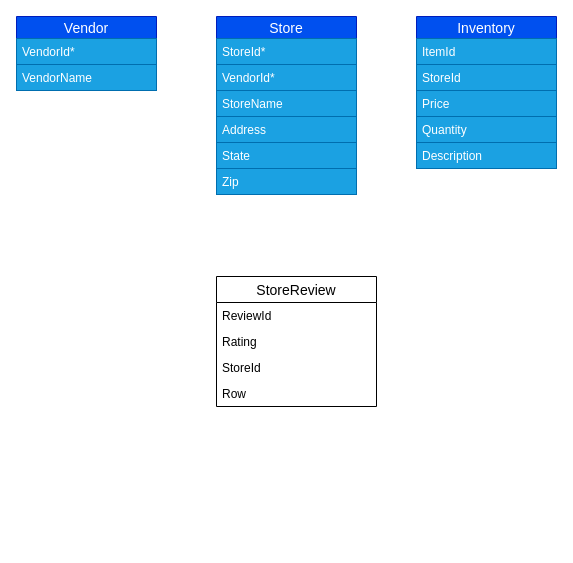
The draw.io diagram DrivrER.drawio in jcorm714/Naybrr, before the edit. Source tidied: cells renumbered, new cells numbered last; positions are measured from the earlier drawing's top-left corner, leaving out a move shared by most shapes. Both pictures are drawn from the tidied source at 100%, with x=0, y=0 at pixel (16, 16).
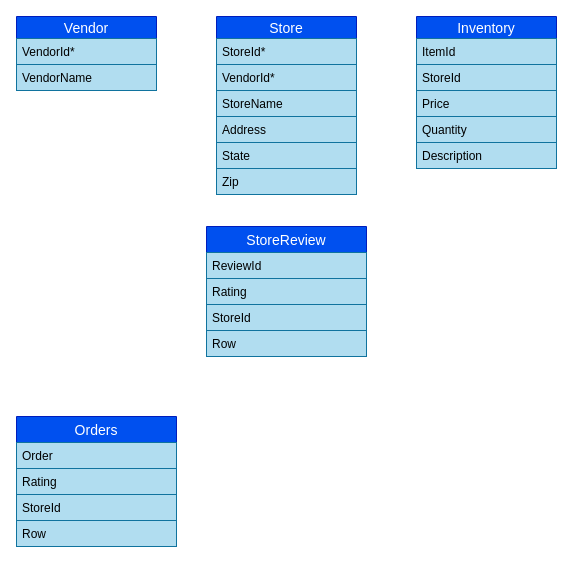
The same diagram, later.

Unchanged cells that the change refers to:
```xml
<mxCell id="2" value="Vendor" style="swimlane;fontStyle=0;horizontal=1;startSize=22;align=center;fontSize=14;fillColor=#0050ef;strokeColor=#001DBC;fontColor=#ffffff;" parent="1" vertex="1">
  <mxGeometry width="140" height="74" as="geometry" />
</mxCell>
<mxCell id="5" value="Store" style="swimlane;fontStyle=0;horizontal=1;startSize=22;align=center;fontSize=14;fillColor=#0050ef;strokeColor=#001DBC;fontColor=#ffffff;" parent="1" vertex="1">
  <mxGeometry x="200" width="140" height="178" as="geometry" />
</mxCell>
<mxCell id="12" value="Inventory" style="swimlane;fontStyle=0;horizontal=1;startSize=22;align=center;fontSize=14;fillColor=#0050ef;strokeColor=#001DBC;fontColor=#ffffff;" parent="1" vertex="1">
  <mxGeometry x="400" width="140" height="152" as="geometry" />
</mxCell>
```

What changed in the source:
```diff
@@
-    <mxCell id="3" value="VendorId*" style="text;strokeColor=#006EAF;fillColor=#1ba1e2;spacingLeft=4;spacingRight=4;overflow=hidden;fontSize=12;fontColor=#ffffff;" parent="2" vertex="1">
+    <mxCell id="3" value="VendorId*" style="text;strokeColor=#10739e;fillColor=#b1ddf0;spacingLeft=4;spacingRight=4;overflow=hidden;fontSize=12;" parent="2" vertex="1">
       <mxGeometry y="22" width="140" height="26" as="geometry" />
     </mxCell>
-    <mxCell id="4" value="VendorName" style="text;strokeColor=#006EAF;fillColor=#1ba1e2;spacingLeft=4;spacingRight=4;overflow=hidden;fontSize=12;fontColor=#ffffff;" parent="2" vertex="1">
+    <mxCell id="4" value="VendorName" style="text;strokeColor=#10739e;fillColor=#b1ddf0;spacingLeft=4;spacingRight=4;overflow=hidden;fontSize=12;" parent="2" vertex="1">
       <mxGeometry y="48" width="140" height="26" as="geometry" />
     </mxCell>
@@
-    <mxCell id="6" value="StoreId*" style="text;strokeColor=#006EAF;fillColor=#1ba1e2;spacingLeft=4;spacingRight=4;overflow=hidden;fontSize=12;fontColor=#ffffff;" parent="5" vertex="1">
+    <mxCell id="6" value="StoreId*" style="text;strokeColor=#10739e;fillColor=#b1ddf0;spacingLeft=4;spacingRight=4;overflow=hidden;fontSize=12;" parent="5" vertex="1">
       <mxGeometry y="22" width="140" height="26" as="geometry" />
     </mxCell>
-    <mxCell id="7" value="VendorId*" style="text;strokeColor=#006EAF;fillColor=#1ba1e2;spacingLeft=4;spacingRight=4;overflow=hidden;fontSize=12;fontColor=#ffffff;" parent="5" vertex="1">
+    <mxCell id="7" value="VendorId*" style="text;strokeColor=#10739e;fillColor=#b1ddf0;spacingLeft=4;spacingRight=4;overflow=hidden;fontSize=12;" parent="5" vertex="1">
       <mxGeometry y="48" width="140" height="26" as="geometry" />
     </mxCell>
-    <mxCell id="8" value="StoreName" style="text;strokeColor=#006EAF;fillColor=#1ba1e2;spacingLeft=4;spacingRight=4;overflow=hidden;fontSize=12;fontColor=#ffffff;" parent="5" vertex="1">
+    <mxCell id="8" value="StoreName" style="text;strokeColor=#10739e;fillColor=#b1ddf0;spacingLeft=4;spacingRight=4;overflow=hidden;fontSize=12;" parent="5" vertex="1">
       <mxGeometry y="74" width="140" height="26" as="geometry" />
     </mxCell>
-    <mxCell id="9" value="Address" style="text;strokeColor=#006EAF;fillColor=#1ba1e2;spacingLeft=4;spacingRight=4;overflow=hidden;fontSize=12;fontColor=#ffffff;" parent="5" vertex="1">
+    <mxCell id="9" value="Address" style="text;strokeColor=#10739e;fillColor=#b1ddf0;spacingLeft=4;spacingRight=4;overflow=hidden;fontSize=12;" parent="5" vertex="1">
       <mxGeometry y="100" width="140" height="26" as="geometry" />
     </mxCell>
-    <mxCell id="10" value="State" style="text;strokeColor=#006EAF;fillColor=#1ba1e2;spacingLeft=4;spacingRight=4;overflow=hidden;fontSize=12;fontColor=#ffffff;" parent="5" vertex="1">
+    <mxCell id="10" value="State" style="text;strokeColor=#10739e;fillColor=#b1ddf0;spacingLeft=4;spacingRight=4;overflow=hidden;fontSize=12;" parent="5" vertex="1">
       <mxGeometry y="126" width="140" height="26" as="geometry" />
     </mxCell>
-    <mxCell id="11" value="Zip" style="text;strokeColor=#006EAF;fillColor=#1ba1e2;spacingLeft=4;spacingRight=4;overflow=hidden;fontSize=12;fontColor=#ffffff;" parent="5" vertex="1">
+    <mxCell id="11" value="Zip" style="text;strokeColor=#10739e;fillColor=#b1ddf0;spacingLeft=4;spacingRight=4;overflow=hidden;fontSize=12;" parent="5" vertex="1">
       <mxGeometry y="152" width="140" height="26" as="geometry" />
     </mxCell>
@@
-    <mxCell id="13" value="ItemId" style="text;strokeColor=#006EAF;fillColor=#1ba1e2;spacingLeft=4;spacingRight=4;overflow=hidden;fontSize=12;fontColor=#ffffff;" parent="12" vertex="1">
+    <mxCell id="13" value="ItemId" style="text;strokeColor=#10739e;fillColor=#b1ddf0;spacingLeft=4;spacingRight=4;overflow=hidden;fontSize=12;" parent="12" vertex="1">
       <mxGeometry y="22" width="140" height="26" as="geometry" />
     </mxCell>
-    <mxCell id="14" value="StoreId" style="text;strokeColor=#006EAF;fillColor=#1ba1e2;spacingLeft=4;spacingRight=4;overflow=hidden;fontSize=12;fontColor=#ffffff;" parent="12" vertex="1">
+    <mxCell id="14" value="StoreId" style="text;strokeColor=#10739e;fillColor=#b1ddf0;spacingLeft=4;spacingRight=4;overflow=hidden;fontSize=12;" parent="12" vertex="1">
       <mxGeometry y="48" width="140" height="26" as="geometry" />
     </mxCell>
-    <mxCell id="15" value="Price" style="text;strokeColor=#006EAF;fillColor=#1ba1e2;spacingLeft=4;spacingRight=4;overflow=hidden;fontSize=12;fontColor=#ffffff;" parent="12" vertex="1">
+    <mxCell id="15" value="Price" style="text;strokeColor=#10739e;fillColor=#b1ddf0;spacingLeft=4;spacingRight=4;overflow=hidden;fontSize=12;" parent="12" vertex="1">
       <mxGeometry y="74" width="140" height="26" as="geometry" />
     </mxCell>
-    <mxCell id="16" value="Quantity" style="text;strokeColor=#006EAF;fillColor=#1ba1e2;spacingLeft=4;spacingRight=4;overflow=hidden;fontSize=12;fontColor=#ffffff;" parent="12" vertex="1">
+    <mxCell id="16" value="Quantity" style="text;strokeColor=#10739e;fillColor=#b1ddf0;spacingLeft=4;spacingRight=4;overflow=hidden;fontSize=12;" parent="12" vertex="1">
       <mxGeometry y="100" width="140" height="26" as="geometry" />
     </mxCell>
-    <mxCell id="17" value="Description" style="text;strokeColor=#006EAF;fillColor=#1ba1e2;spacingLeft=4;spacingRight=4;overflow=hidden;fontSize=12;fontColor=#ffffff;" parent="12" vertex="1">
+    <mxCell id="17" value="Description" style="text;strokeColor=#10739e;fillColor=#b1ddf0;spacingLeft=4;spacingRight=4;overflow=hidden;fontSize=12;" parent="12" vertex="1">
       <mxGeometry y="126" width="140" height="26" as="geometry" />
     </mxCell>
-    <mxCell id="18" value="StoreReview" style="swimlane;fontStyle=0;horizontal=1;startSize=26;align=center;fontSize=14;" parent="1" vertex="1">
-      <mxGeometry x="200" y="260" width="160" height="130" as="geometry" />
+    <mxCell id="18" value="StoreReview" style="swimlane;fontStyle=0;horizontal=1;startSize=26;align=center;fontSize=14;fillColor=#0050ef;strokeColor=#001DBC;fontColor=#ffffff;" parent="1" vertex="1">
+      <mxGeometry x="190" y="210" width="160" height="130" as="geometry" />
     </mxCell>
-    <mxCell id="19" value="ReviewId" style="text;strokeColor=none;fillColor=none;spacingLeft=4;spacingRight=4;overflow=hidden;fontSize=12;" parent="18" vertex="1">
+    <mxCell id="19" value="ReviewId" style="text;strokeColor=#10739e;fillColor=#b1ddf0;spacingLeft=4;spacingRight=4;overflow=hidden;fontSize=12;" parent="18" vertex="1">
       <mxGeometry y="26" width="160" height="26" as="geometry" />
     </mxCell>
-    <mxCell id="20" value="Rating" style="text;strokeColor=none;fillColor=none;spacingLeft=4;spacingRight=4;overflow=hidden;fontSize=12;" parent="18" vertex="1">
+    <mxCell id="20" value="Rating" style="text;strokeColor=#10739e;fillColor=#b1ddf0;spacingLeft=4;spacingRight=4;overflow=hidden;fontSize=12;" parent="18" vertex="1">
       <mxGeometry y="52" width="160" height="26" as="geometry" />
     </mxCell>
-    <mxCell id="21" value="StoreId" style="text;strokeColor=none;fillColor=none;spacingLeft=4;spacingRight=4;overflow=hidden;fontSize=12;" parent="18" vertex="1">
+    <mxCell id="21" value="StoreId" style="text;strokeColor=#10739e;fillColor=#b1ddf0;spacingLeft=4;spacingRight=4;overflow=hidden;fontSize=12;" parent="18" vertex="1">
       <mxGeometry y="78" width="160" height="26" as="geometry" />
     </mxCell>
-    <mxCell id="22" value="Row" style="text;strokeColor=none;fillColor=none;spacingLeft=4;spacingRight=4;overflow=hidden;fontSize=12;" parent="18" vertex="1">
+    <mxCell id="22" value="Row" style="text;strokeColor=#10739e;fillColor=#b1ddf0;spacingLeft=4;spacingRight=4;overflow=hidden;fontSize=12;" parent="18" vertex="1">
       <mxGeometry y="104" width="160" height="26" as="geometry" />
     </mxCell>
+    <mxCell id="23" value="Orders" style="swimlane;fontStyle=0;horizontal=1;startSize=26;align=center;fontSize=14;fillColor=#0050ef;strokeColor=#001DBC;fontColor=#ffffff;" parent="1" vertex="1">
+      <mxGeometry y="400" width="160" height="130" as="geometry" />
+    </mxCell>
+    <mxCell id="24" value="Order" style="text;strokeColor=#10739e;fillColor=#b1ddf0;spacingLeft=4;spacingRight=4;overflow=hidden;fontSize=12;" parent="23" vertex="1">
+      <mxGeometry y="26" width="160" height="26" as="geometry" />
+    </mxCell>
+    <mxCell id="25" value="Rating" style="text;strokeColor=#10739e;fillColor=#b1ddf0;spacingLeft=4;spacingRight=4;overflow=hidden;fontSize=12;" parent="23" vertex="1">
+      <mxGeometry y="52" width="160" height="26" as="geometry" />
+    </mxCell>
+    <mxCell id="26" value="StoreId" style="text;strokeColor=#10739e;fillColor=#b1ddf0;spacingLeft=4;spacingRight=4;overflow=hidden;fontSize=12;" parent="23" vertex="1">
+      <mxGeometry y="78" width="160" height="26" as="geometry" />
+    </mxCell>
+    <mxCell id="27" value="Row" style="text;strokeColor=#10739e;fillColor=#b1ddf0;spacingLeft=4;spacingRight=4;overflow=hidden;fontSize=12;" parent="23" vertex="1">
+      <mxGeometry y="104" width="160" height="26" as="geometry" />
+    </mxCell>
```
